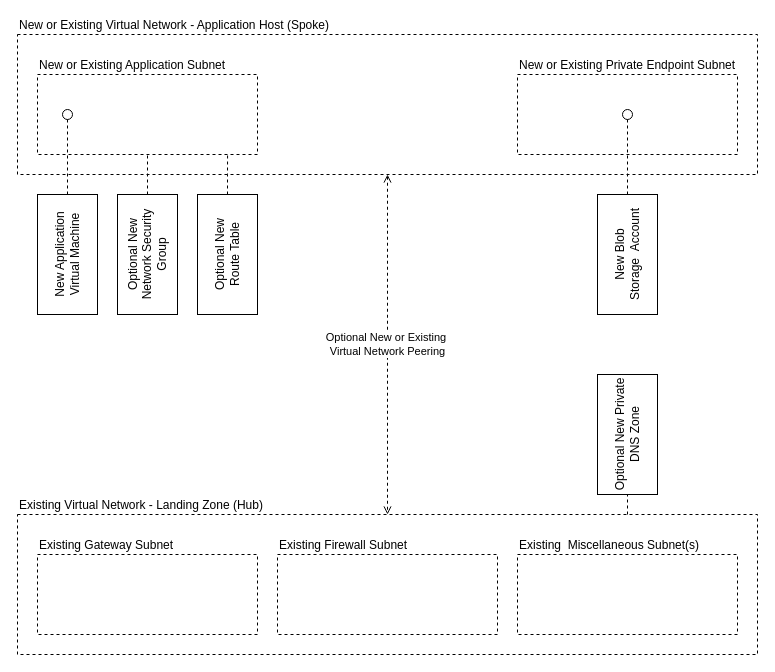
The draw.io diagram page "Current" (1 of 5) of docs/architecture.drawio in jeffvan98/CloudAppInstaller01, before the edit. Source tidied: cells renumbered, new cells numbered last; positions are measured from the earlier drawing's top-left corner, leaving out a move shared by most shapes. Both pictures are drawn from the tidied source at 100%, with x=0, y=0 at pixel (7, 34).
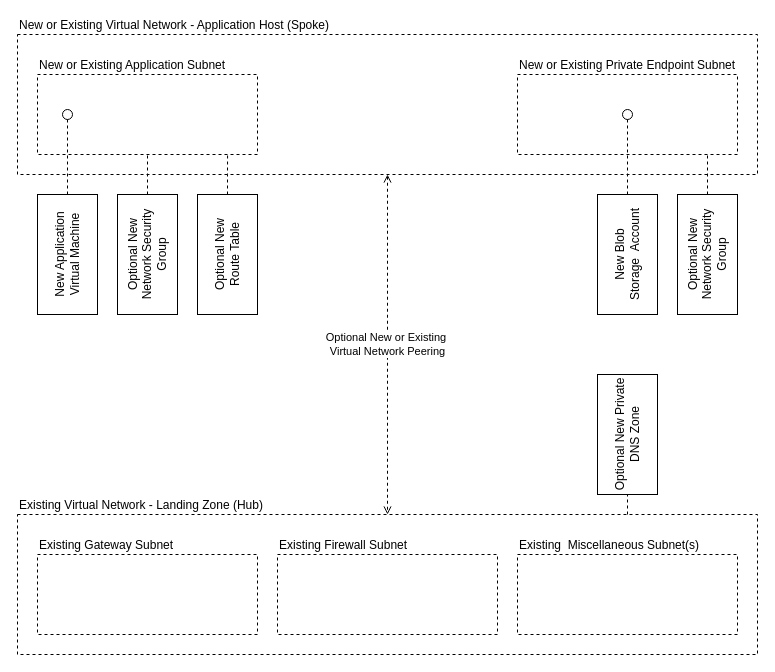
After the change.

The change refers to these unchanged cells:
```xml
<mxCell id="10" value="New or Existing Private Endpoint Subnet" style="rounded=0;whiteSpace=wrap;html=1;fillColor=none;dashed=1;verticalAlign=bottom;align=left;labelPosition=center;verticalLabelPosition=top;" parent="1" vertex="1">
  <mxGeometry x="510" y="40" width="220" height="80" as="geometry" />
</mxCell>
```

Change to the diagram source:
```diff
@@
+    <mxCell id="22" value="Optional New Network Security Group" style="rounded=0;whiteSpace=wrap;html=1;rotation=270;fillColor=none;" parent="1" vertex="1">
+      <mxGeometry x="640" y="190" width="120" height="60" as="geometry" />
+    </mxCell>
+    <mxCell id="23" style="edgeStyle=orthogonalEdgeStyle;rounded=0;jettySize=auto;html=1;endArrow=none;startFill=0;dashed=1;" parent="1" edge="1" source="22" target="10">
+      <mxGeometry relative="1" as="geometry">
+        <Array as="points">
+          <mxPoint x="700" y="130" />
+          <mxPoint x="700" y="130" />
+        </Array>
+      </mxGeometry>
+    </mxCell>
```
